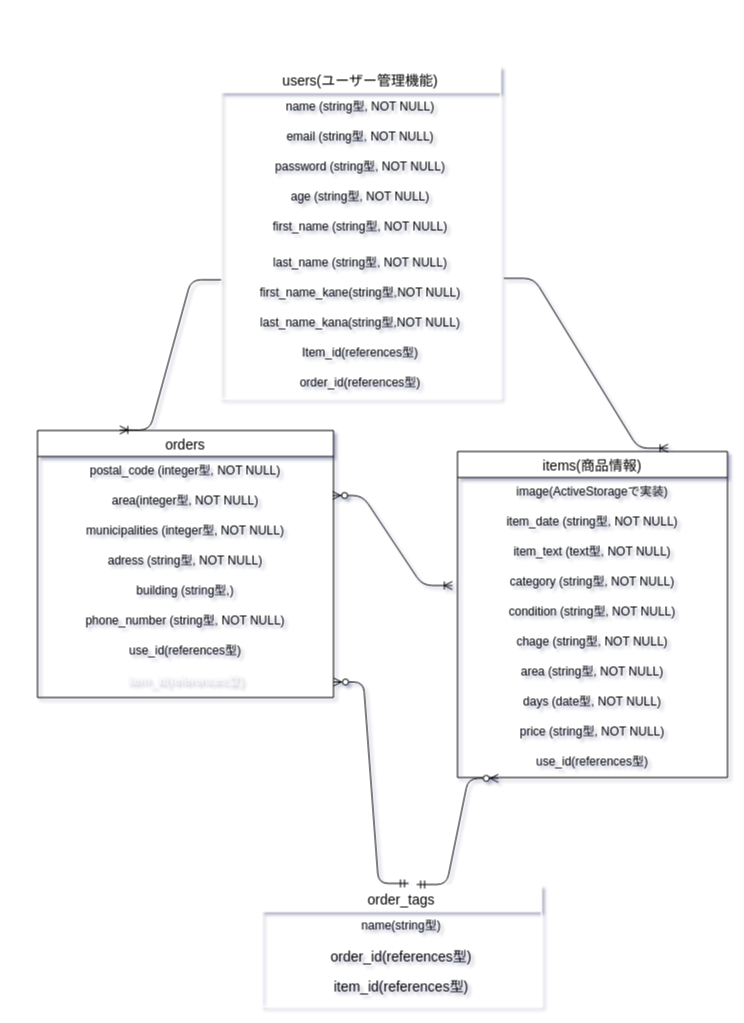
Earlier version of the draw.io diagram ER .dio (same-jima/furima-36128). Source tidied: cells renumbered, new cells numbered last; positions are measured from the earlier drawing's top-left corner, leaving out a move shared by most shapes. Both pictures are drawn from the tidied source at 100%, with x=0, y=0 at pixel (37, 66).
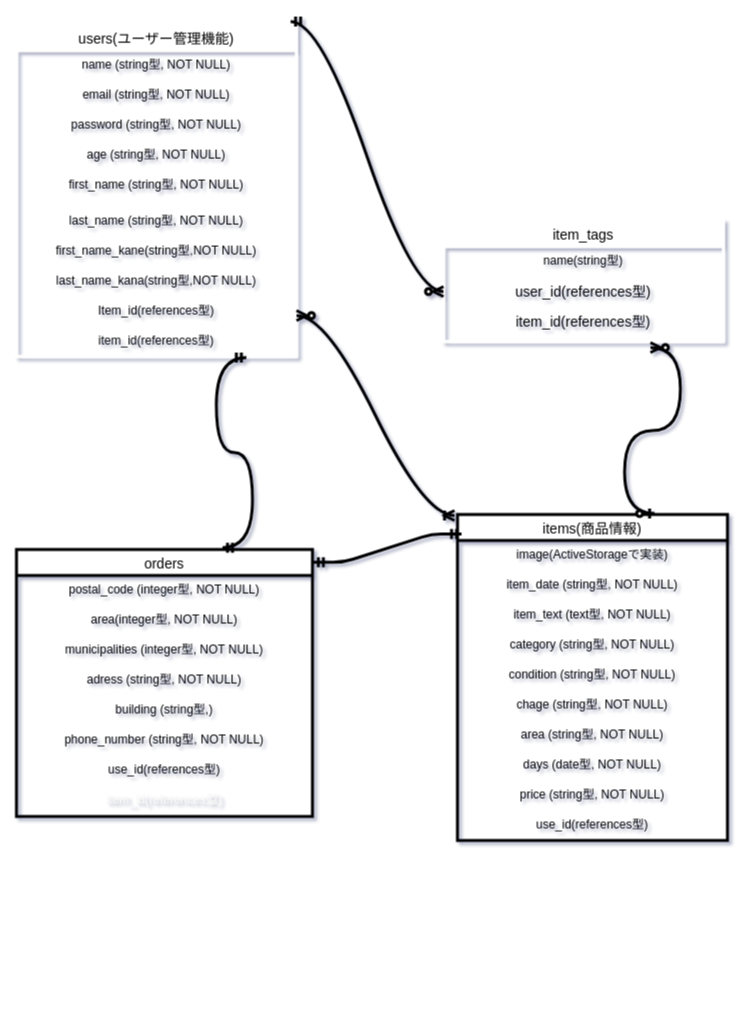
After the change.

Commit message (it also covers changes not shown here):
再々々修正：ER図・README

The change refers to these unchanged cells:
```xml
<mxCell id="8" value="last_name (string型, NOT NULL)" style="text;strokeColor=none;fillColor=none;spacingLeft=4;spacingRight=4;overflow=hidden;points=[[0,0.5],[1,0.5]];portConstraint=eastwest;fontSize=12;align=center;" parent="2" vertex="1">
  <mxGeometry y="182" width="280" height="30" as="geometry" />
</mxCell>
<mxCell id="11" value="Item_id(references型)" style="text;strokeColor=none;fillColor=none;spacingLeft=4;spacingRight=4;overflow=hidden;points=[[0,0.5],[1,0.5]];portConstraint=eastwest;fontSize=12;align=center;" parent="2" vertex="1">
  <mxGeometry y="272" width="280" height="30" as="geometry" />
</mxCell>
<mxCell id="17" value="category (string型, NOT NULL)" style="text;strokeColor=none;fillColor=none;spacingLeft=4;spacingRight=4;overflow=hidden;points=[[0,0.5],[1,0.5]];portConstraint=eastwest;fontSize=12;align=center;" parent="13" vertex="1">
  <mxGeometry y="116" width="270" height="30" as="geometry" />
</mxCell>
<mxCell id="23" value="use_id(references型)" style="text;strokeColor=none;fillColor=none;spacingLeft=4;spacingRight=4;overflow=hidden;points=[[0,0.5],[1,0.5]];portConstraint=eastwest;fontSize=12;align=center;" parent="13" vertex="1">
  <mxGeometry y="296" width="270" height="30" as="geometry" />
</mxCell>
<mxCell id="26" value="area(integer型, NOT NULL)" style="text;strokeColor=none;fillColor=none;spacingLeft=4;spacingRight=4;overflow=hidden;points=[[0,0.5],[1,0.5]];portConstraint=eastwest;fontSize=12;align=center;" parent="24" vertex="1">
  <mxGeometry y="56" width="296" height="30" as="geometry" />
</mxCell>
<mxCell id="32" value="item_id(references型)" style="text;strokeColor=none;fillColor=none;spacingLeft=4;spacingRight=4;overflow=hidden;points=[[0,0.5],[1,0.5]];portConstraint=eastwest;fontSize=12;align=center;labelBorderColor=none;labelBackgroundColor=none;fontColor=#F7F7F7;" parent="24" vertex="1">
  <mxGeometry y="236" width="296" height="31" as="geometry" />
</mxCell>
<mxCell id="39" value="item_id(references型)" style="text;strokeColor=none;fillColor=none;spacingLeft=4;spacingRight=4;overflow=hidden;points=[[0,0.5],[1,0.5]];portConstraint=eastwest;fontSize=14;align=center;" parent="36" vertex="1">
  <mxGeometry y="86" width="280" height="35" as="geometry" />
</mxCell>
```

What changed in the source:
```diff
@@
-    <mxCell id="2" value="users(ユーザー管理機能)" style="swimlane;fontStyle=0;horizontal=1;startSize=26;align=center;fontSize=14;strokeColor=#FFFFFF;" parent="1" vertex="1">
-      <mxGeometry x="183" width="280" height="332" as="geometry" />
+    <mxCell id="2" value="users(ユーザー管理機能)" style="swimlane;fontStyle=0;horizontal=1;startSize=26;align=center;fontSize=14;strokeColor=#FFFFFF;strokeWidth=3;" parent="1" vertex="1">
+      <mxGeometry x="-21" y="-42" width="280" height="332" as="geometry" />
     </mxCell>
@@
-    <mxCell id="12" value="order_id(references型)" style="text;strokeColor=none;fillColor=none;spacingLeft=4;spacingRight=4;overflow=hidden;points=[[0,0.5],[1,0.5]];portConstraint=eastwest;fontSize=12;align=center;" parent="2" vertex="1">
+    <mxCell id="12" value="item_id(references型)" style="text;strokeColor=none;fillColor=none;spacingLeft=4;spacingRight=4;overflow=hidden;points=[[0,0.5],[1,0.5]];portConstraint=eastwest;fontSize=12;align=center;" parent="2" vertex="1">
       <mxGeometry y="302" width="280" height="30" as="geometry" />
     </mxCell>
-    <mxCell id="13" value="items(商品情報)" style="swimlane;fontStyle=0;horizontal=1;startSize=26;align=center;fontSize=14;" parent="1" vertex="1">
-      <mxGeometry x="420" y="385" width="270" height="326" as="geometry" />
+    <mxCell id="13" value="items(商品情報)" style="swimlane;fontStyle=0;horizontal=1;startSize=26;align=center;fontSize=14;strokeWidth=3;" parent="1" vertex="1">
+      <mxGeometry x="420" y="448" width="270" height="326" as="geometry" />
     </mxCell>
@@
-    <mxCell id="24" value="orders" style="swimlane;fontStyle=0;horizontal=1;startSize=26;align=center;fontSize=14;" parent="1" vertex="1">
-      <mxGeometry y="364" width="296" height="267" as="geometry" />
+    <mxCell id="24" value="orders" style="swimlane;fontStyle=0;horizontal=1;startSize=26;align=center;fontSize=14;strokeWidth=3;" parent="1" vertex="1">
+      <mxGeometry x="-21" y="483" width="296" height="267" as="geometry" />
     </mxCell>
@@
-    <mxCell id="33" style="edgeStyle=entityRelationEdgeStyle;fontSize=17;html=1;endArrow=ERoneToMany;align=center;exitX=1.012;exitY=0.995;exitDx=0;exitDy=0;exitPerimeter=0;entryX=0.78;entryY=-0.01;entryDx=0;entryDy=0;entryPerimeter=0;" parent="1" edge="1" source="8" target="13">
-      <mxGeometry relative="1" as="geometry" />
-    </mxCell>
-    <mxCell id="34" style="edgeStyle=entityRelationEdgeStyle;fontSize=12;html=1;endArrow=ERoneToMany;startArrow=ERzeroToMany;exitX=0.997;exitY=0.3;exitDx=0;exitDy=0;exitPerimeter=0;entryX=-0.019;entryY=0.6;entryDx=0;entryDy=0;entryPerimeter=0;" parent="1" edge="1" source="26" target="17">
-      <mxGeometry relative="1" as="geometry" />
-    </mxCell>
-    <mxCell id="35" style="edgeStyle=entityRelationEdgeStyle;fontSize=12;html=1;endArrow=ERoneToMany;exitX=0.002;exitY=1.043;exitDx=0;exitDy=0;exitPerimeter=0;entryX=0.278;entryY=-0.002;entryDx=0;entryDy=0;entryPerimeter=0;" parent="1" edge="1" source="8" target="24">
-      <mxGeometry relative="1" as="geometry" />
-    </mxCell>
-    <mxCell id="36" value="order_tags" style="swimlane;fontStyle=0;horizontal=1;startSize=26;align=center;fontSize=14;strokeColor=#FFFFFF;" parent="1" vertex="1">
-      <mxGeometry x="224" y="819" width="280" height="121" as="geometry" />
+    <mxCell id="36" value="item_tags" style="swimlane;fontStyle=0;horizontal=1;startSize=26;align=center;fontSize=14;strokeColor=#FFFFFF;strokeWidth=3;" parent="1" vertex="1">
+      <mxGeometry x="406" y="154" width="280" height="121" as="geometry" />
     </mxCell>
@@
-    <mxCell id="38" value="order_id(references型)" style="text;strokeColor=none;fillColor=none;spacingLeft=4;spacingRight=4;overflow=hidden;points=[[0,0.5],[1,0.5]];portConstraint=eastwest;fontSize=14;align=center;" parent="36" vertex="1">
+    <mxCell id="38" value="user_id(references型)" style="text;strokeColor=none;fillColor=none;spacingLeft=4;spacingRight=4;overflow=hidden;points=[[0,0.5],[1,0.5]];portConstraint=eastwest;fontSize=14;align=center;" parent="36" vertex="1">
       <mxGeometry y="56" width="280" height="30" as="geometry" />
     </mxCell>
@@
-    <mxCell id="40" style="edgeStyle=entityRelationEdgeStyle;fontSize=12;html=1;endArrow=ERzeroToMany;startArrow=ERmandOne;exitX=0.525;exitY=-0.017;exitDx=0;exitDy=0;exitPerimeter=0;" parent="1" edge="1" source="36" target="32">
-      <mxGeometry relative="1" as="geometry" />
-    </mxCell>
-    <mxCell id="41" style="edgeStyle=entityRelationEdgeStyle;fontSize=12;html=1;endArrow=ERzeroToMany;startArrow=ERmandOne;exitX=0.554;exitY=-0.008;exitDx=0;exitDy=0;exitPerimeter=0;entryX=0.151;entryY=1.029;entryDx=0;entryDy=0;entryPerimeter=0;" parent="1" edge="1" source="36" target="23">
-      <mxGeometry relative="1" as="geometry" />
-    </mxCell>
+    <mxCell id="42" style="edgeStyle=entityRelationEdgeStyle;fontSize=12;html=1;endArrow=ERzeroToMany;startArrow=ERmandOne;exitX=0.979;exitY=-0.009;exitDx=0;exitDy=0;exitPerimeter=0;curved=1;strokeWidth=3;" parent="1" edge="1" source="2" target="38">
+      <mxGeometry relative="1" as="geometry" />
+    </mxCell>
+    <mxCell id="43" style="edgeStyle=entityRelationEdgeStyle;fontSize=12;html=1;endArrow=ERzeroToMany;startArrow=ERzeroToOne;entryX=0.739;entryY=1.171;entryDx=0;entryDy=0;entryPerimeter=0;exitX=0.73;exitY=-0.003;exitDx=0;exitDy=0;exitPerimeter=0;curved=1;strokeWidth=3;" parent="1" edge="1" source="13" target="39">
+      <mxGeometry relative="1" as="geometry" />
+    </mxCell>
+    <mxCell id="44" style="edgeStyle=entityRelationEdgeStyle;fontSize=12;html=1;endArrow=ERoneToMany;startArrow=ERzeroToMany;exitX=1;exitY=0.633;exitDx=0;exitDy=0;exitPerimeter=0;entryX=-0.011;entryY=0.003;entryDx=0;entryDy=0;entryPerimeter=0;curved=1;strokeWidth=3;" parent="1" edge="1" source="11" target="13">
+      <mxGeometry relative="1" as="geometry" />
+    </mxCell>
+    <mxCell id="45" style="edgeStyle=entityRelationEdgeStyle;fontSize=12;html=1;endArrow=ERmandOne;startArrow=ERmandOne;exitX=0.696;exitY=-0.007;exitDx=0;exitDy=0;exitPerimeter=0;entryX=0.821;entryY=1.033;entryDx=0;entryDy=0;entryPerimeter=0;curved=1;strokeWidth=3;targetPerimeterSpacing=2;" parent="1" edge="1" source="24" target="12">
+      <mxGeometry relative="1" as="geometry" />
+    </mxCell>
+    <mxCell id="46" style="edgeStyle=entityRelationEdgeStyle;fontSize=12;html=1;endArrow=ERmandOne;startArrow=ERmandOne;targetPerimeterSpacing=2;strokeWidth=3;entryX=0.015;entryY=0.06;entryDx=0;entryDy=0;entryPerimeter=0;exitX=1.003;exitY=0.048;exitDx=0;exitDy=0;exitPerimeter=0;" parent="1" edge="1" source="24" target="13">
+      <mxGeometry relative="1" as="geometry" />
+    </mxCell>
```
